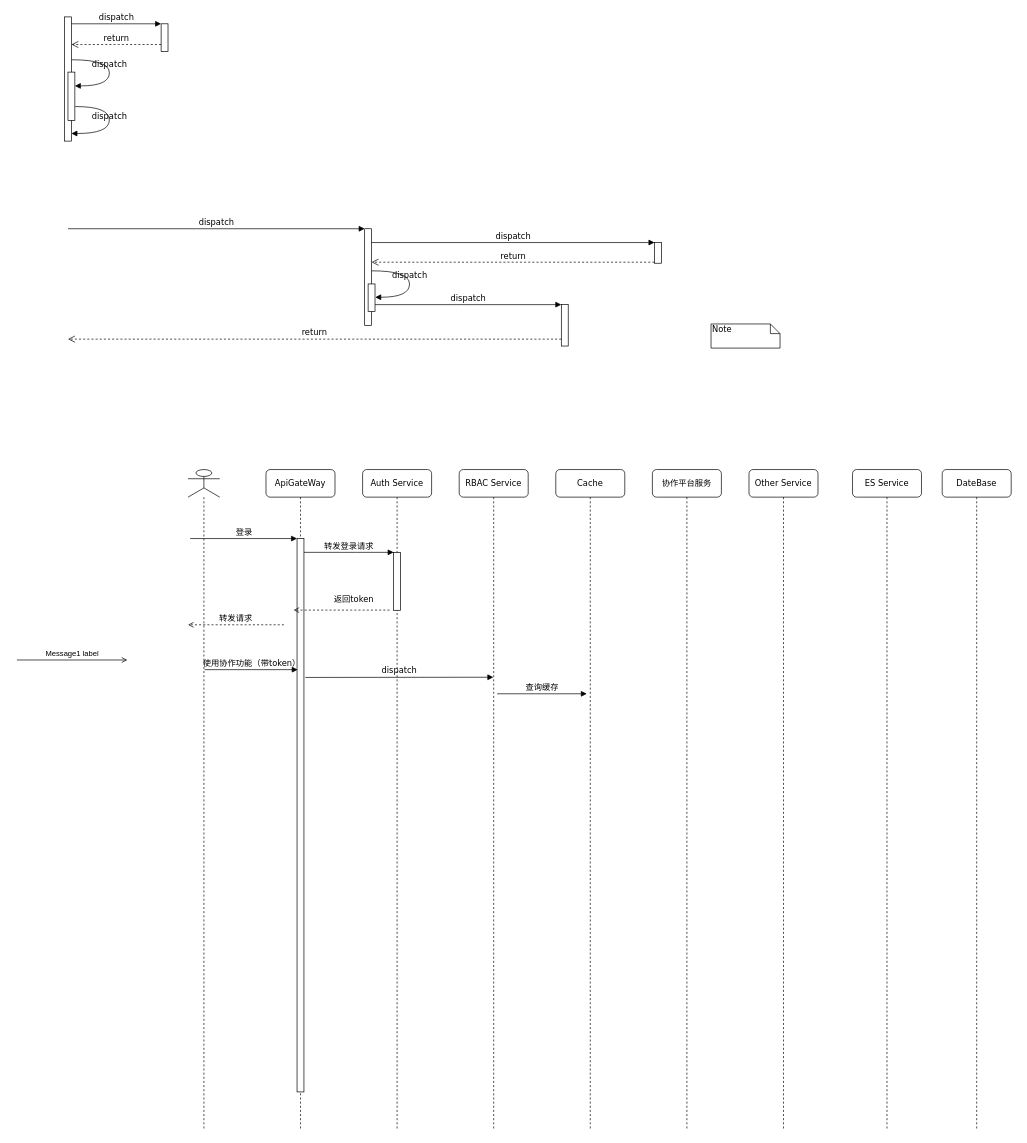
Before: 系统运行视图.drawio in qf2020/drawio, a draw.io diagram. Source tidied: cells renumbered, new cells numbered last; positions are measured from the earlier drawing's top-left corner, leaving out a move shared by most shapes. Both pictures are drawn from the tidied source at 69%, with x=0, y=0 at pixel (17, 17).
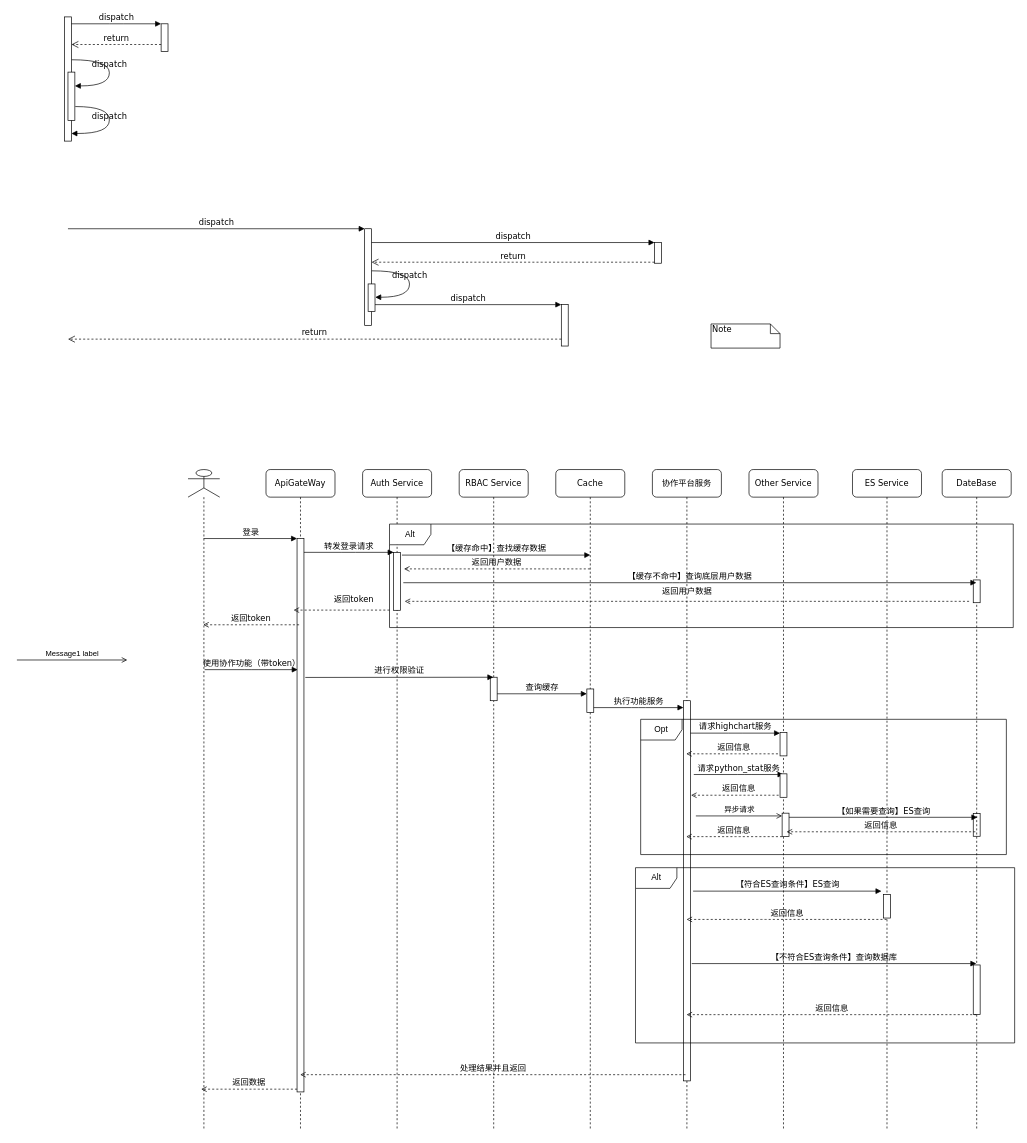
Above is the later version.

Commit message (it also covers changes not shown here):
更新系统运行视图.drawio

Unchanged cells that the change refers to:
```xml
<mxCell id="2" value="ApiGateWay" style="shape=umlLifeline;perimeter=lifelinePerimeter;whiteSpace=wrap;html=1;outlineConnect=0;rounded=1;shadow=0;comic=0;labelBackgroundColor=none;strokeWidth=1;fontFamily=Verdana;fontSize=12;align=center;" parent="1" vertex="1">
  <mxGeometry x="361" y="656" width="100" height="958" as="geometry" />
</mxCell>
<mxCell id="3" style="html=1;points=[];perimeter=orthogonalPerimeter;rounded=0;shadow=0;comic=0;labelBackgroundColor=none;strokeWidth=1;fontFamily=Verdana;fontSize=12;align=center;" parent="2" vertex="1">
  <mxGeometry x="45" y="100" width="10" height="802" as="geometry" />
</mxCell>
<mxCell id="7" value="RBAC Service" style="shape=umlLifeline;perimeter=lifelinePerimeter;whiteSpace=wrap;html=1;outlineConnect=0;rounded=1;shadow=0;comic=0;labelBackgroundColor=none;strokeWidth=1;fontFamily=Verdana;fontSize=12;align=center;" parent="1" vertex="1">
  <mxGeometry x="641" y="656" width="100" height="958" as="geometry" />
</mxCell>
<mxCell id="8" value="Cache" style="shape=umlLifeline;perimeter=lifelinePerimeter;whiteSpace=wrap;html=1;outlineConnect=0;rounded=1;shadow=0;comic=0;labelBackgroundColor=none;strokeWidth=1;fontFamily=Verdana;fontSize=12;align=center;" parent="1" vertex="1">
  <mxGeometry x="781" y="656" width="100" height="958" as="geometry" />
</mxCell>
<mxCell id="10" value="协作平台服务" style="shape=umlLifeline;perimeter=lifelinePerimeter;whiteSpace=wrap;html=1;outlineConnect=0;rounded=1;shadow=0;comic=0;labelBackgroundColor=none;strokeWidth=1;fontFamily=Verdana;fontSize=12;align=center;" parent="1" vertex="1">
  <mxGeometry x="921" y="656" width="100" height="958" as="geometry" />
</mxCell>
<mxCell id="11" value="Other Service" style="shape=umlLifeline;perimeter=lifelinePerimeter;whiteSpace=wrap;html=1;rounded=1;shadow=0;comic=0;labelBackgroundColor=none;strokeWidth=1;fontFamily=Verdana;fontSize=12;align=center;" parent="1" vertex="1">
  <mxGeometry x="1061" y="656" width="100" height="958" as="geometry" />
</mxCell>
<mxCell id="25" value="ES Service" style="shape=umlLifeline;perimeter=lifelinePerimeter;whiteSpace=wrap;html=1;outlineConnect=0;rounded=1;shadow=0;comic=0;labelBackgroundColor=none;strokeWidth=1;fontFamily=Verdana;fontSize=12;align=center;" parent="1" vertex="1">
  <mxGeometry x="1211" y="656" width="100" height="958" as="geometry" />
</mxCell>
<mxCell id="26" style="shape=umlLifeline;perimeter=lifelinePerimeter;whiteSpace=wrap;html=1;outlineConnect=0;portConstraint=eastwest;newEdgeStyle={&quot;curved&quot;:0,&quot;rounded&quot;:0};participant=umlActor;" parent="1" vertex="1">
  <mxGeometry x="248" y="656" width="46" height="958" as="geometry" />
</mxCell>
<mxCell id="38" value="DateBase" style="shape=umlLifeline;perimeter=lifelinePerimeter;whiteSpace=wrap;html=1;outlineConnect=0;rounded=1;shadow=0;comic=0;labelBackgroundColor=none;strokeWidth=1;fontFamily=Verdana;fontSize=12;align=center;" parent="1" vertex="1">
  <mxGeometry x="1341" y="656" width="100" height="958" as="geometry" />
</mxCell>
```

What changed in the source:
```diff
@@
+    <mxCell id="39" style="html=1;perimeter=orthogonalPerimeter;rounded=0;shadow=0;comic=0;labelBackgroundColor=none;strokeWidth=1;fontFamily=Verdana;fontSize=12;align=center;" parent="1" vertex="1">
+      <mxGeometry x="1386" y="1154.5" width="10" height="33" as="geometry" />
+    </mxCell>
@@
+    <mxCell id="28" value="返回token" style="html=1;verticalAlign=bottom;endArrow=open;dashed=1;endSize=6;labelBackgroundColor=none;fontFamily=Verdana;fontSize=12;edgeStyle=elbowEdgeStyle;elbow=vertical;jumpSize=6;" parent="2" edge="1">
+      <mxGeometry relative="1" as="geometry">
+        <mxPoint x="48" y="225" as="sourcePoint" />
+        <mxPoint x="-91" y="225" as="targetPoint" />
+        <Array as="points">
+          <mxPoint x="-11" y="225" />
+          <mxPoint x="19" y="225" />
+        </Array>
+      </mxGeometry>
+    </mxCell>
+    <mxCell id="40" value="返回数据" style="html=1;verticalAlign=bottom;endArrow=open;dashed=1;endSize=6;labelBackgroundColor=none;fontFamily=Verdana;fontSize=12;edgeStyle=elbowEdgeStyle;elbow=vertical;jumpSize=6;" parent="2" edge="1">
+      <mxGeometry relative="1" as="geometry">
+        <mxPoint x="45" y="898" as="sourcePoint" />
+        <mxPoint x="-94" y="898" as="targetPoint" />
+        <Array as="points">
+          <mxPoint x="-14" y="898" />
+          <mxPoint x="16" y="898" />
+        </Array>
+      </mxGeometry>
+    </mxCell>
@@
+    <mxCell id="41" style="html=1;perimeter=orthogonalPerimeter;rounded=0;shadow=0;comic=0;labelBackgroundColor=none;strokeWidth=1;fontFamily=Verdana;fontSize=12;align=center;" parent="7" vertex="1">
+      <mxGeometry x="45" y="301" width="10" height="34" as="geometry" />
+    </mxCell>
@@
+    <mxCell id="42" style="html=1;perimeter=orthogonalPerimeter;rounded=0;shadow=0;comic=0;labelBackgroundColor=none;strokeWidth=1;fontFamily=Verdana;fontSize=12;align=center;" parent="8" vertex="1">
+      <mxGeometry x="45" y="318" width="10" height="34" as="geometry" />
+    </mxCell>
@@
+    <mxCell id="43" style="html=1;perimeter=orthogonalPerimeter;rounded=0;shadow=0;comic=0;labelBackgroundColor=none;strokeWidth=1;fontFamily=Verdana;fontSize=12;align=center;" parent="10" vertex="1">
+      <mxGeometry x="45" y="335" width="10" height="551" as="geometry" />
+    </mxCell>
+    <mxCell id="44" value="执行功能服务" style="html=1;verticalAlign=bottom;endArrow=block;entryX=0;entryY=0;labelBackgroundColor=none;fontFamily=Verdana;fontSize=12;edgeStyle=elbowEdgeStyle;elbow=horizontal;" parent="10" edge="1">
+      <mxGeometry relative="1" as="geometry">
+        <mxPoint x="-85" y="345" as="sourcePoint" />
+        <mxPoint x="45" y="345" as="targetPoint" />
+      </mxGeometry>
+    </mxCell>
+    <mxCell id="45" value="请求python_stat服务" style="html=1;verticalAlign=bottom;endArrow=block;entryX=0;entryY=0;labelBackgroundColor=none;fontFamily=Verdana;fontSize=12;edgeStyle=elbowEdgeStyle;elbow=horizontal;" parent="10" edge="1">
+      <mxGeometry relative="1" as="geometry">
+        <mxPoint x="60" y="442" as="sourcePoint" />
+        <mxPoint x="190" y="442" as="targetPoint" />
+        <Array as="points">
+          <mxPoint x="133" y="465" />
+        </Array>
+      </mxGeometry>
+    </mxCell>
+    <mxCell id="46" value="返回信息" style="html=1;verticalAlign=bottom;endArrow=open;dashed=1;endSize=6;labelBackgroundColor=none;fontFamily=Verdana;fontSize=12;edgeStyle=elbowEdgeStyle;elbow=horizontal;jumpSize=6;" parent="10" edge="1">
+      <mxGeometry x="0.01" relative="1" as="geometry">
+        <mxPoint x="188" y="412" as="sourcePoint" />
+        <mxPoint x="49" y="412" as="targetPoint" />
+        <Array as="points">
+          <mxPoint x="129" y="426" />
+          <mxPoint x="159" y="426" />
+        </Array>
+      </mxGeometry>
+    </mxCell>
+    <mxCell id="47" value="返回信息" style="html=1;verticalAlign=bottom;endArrow=open;dashed=1;endSize=6;labelBackgroundColor=none;fontFamily=Verdana;fontSize=12;edgeStyle=elbowEdgeStyle;elbow=horizontal;jumpSize=6;" parent="10" edge="1">
+      <mxGeometry x="0.01" relative="1" as="geometry">
+        <mxPoint x="195" y="472" as="sourcePoint" />
+        <mxPoint x="56" y="472" as="targetPoint" />
+        <Array as="points">
+          <mxPoint x="136" y="509" />
+          <mxPoint x="166" y="509" />
+        </Array>
+      </mxGeometry>
+    </mxCell>
+    <mxCell id="48" value="异步请求" style="html=1;verticalAlign=bottom;labelBackgroundColor=none;endArrow=open;endFill=0;rounded=0;" parent="10" edge="1">
+      <mxGeometry relative="1" as="geometry">
+        <mxPoint x="63" y="502" as="sourcePoint" />
+        <mxPoint x="188" y="502" as="targetPoint" />
+      </mxGeometry>
+    </mxCell>
+    <mxCell id="49" value="返回信息" style="html=1;verticalAlign=bottom;endArrow=open;dashed=1;endSize=6;labelBackgroundColor=none;fontFamily=Verdana;fontSize=12;edgeStyle=elbowEdgeStyle;elbow=horizontal;jumpSize=6;" parent="10" edge="1">
+      <mxGeometry x="0.01" relative="1" as="geometry">
+        <mxPoint x="188" y="532" as="sourcePoint" />
+        <mxPoint x="49" y="532" as="targetPoint" />
+        <Array as="points">
+          <mxPoint x="129" y="582" />
+          <mxPoint x="159" y="582" />
+        </Array>
+      </mxGeometry>
+    </mxCell>
@@
+    <mxCell id="50" value="请求highchart服务" style="html=1;verticalAlign=bottom;endArrow=block;entryX=0;entryY=0;labelBackgroundColor=none;fontFamily=Verdana;fontSize=12;edgeStyle=elbowEdgeStyle;elbow=horizontal;" parent="11" edge="1">
+      <mxGeometry relative="1" as="geometry">
+        <mxPoint x="-85" y="382" as="sourcePoint" />
+        <mxPoint x="45" y="382" as="targetPoint" />
+      </mxGeometry>
+    </mxCell>
@@
-    <mxCell id="20" value="登录" style="html=1;verticalAlign=bottom;endArrow=block;entryX=0;entryY=0;labelBackgroundColor=none;fontFamily=Verdana;fontSize=12;edgeStyle=elbowEdgeStyle;elbow=vertical;" parent="1" edge="1" target="3">
-      <mxGeometry relative="1" as="geometry">
-        <mxPoint x="251" y="756" as="sourcePoint" />
-      </mxGeometry>
+    <mxCell id="20" value="登录" style="html=1;verticalAlign=bottom;endArrow=block;entryX=0;entryY=0;labelBackgroundColor=none;fontFamily=Verdana;fontSize=12;edgeStyle=elbowEdgeStyle;elbow=vertical;" parent="1" edge="1" source="26" target="3">
+      <mxGeometry relative="1" as="geometry" />
     </mxCell>
@@
-    <mxCell id="28" value="转发请求" style="html=1;verticalAlign=bottom;endArrow=open;dashed=1;endSize=6;labelBackgroundColor=none;fontFamily=Verdana;fontSize=12;edgeStyle=elbowEdgeStyle;elbow=vertical;jumpSize=6;" parent="1" edge="1">
-      <mxGeometry relative="1" as="geometry">
-        <mxPoint x="387" y="881" as="sourcePoint" />
-        <mxPoint x="248" y="881" as="targetPoint" />
-        <Array as="points">
-          <mxPoint x="328" y="881" />
-          <mxPoint x="358" y="881" />
-        </Array>
-      </mxGeometry>
-    </mxCell>
@@
-    <mxCell id="30" value="dispatch" style="html=1;verticalAlign=bottom;endArrow=block;labelBackgroundColor=none;fontFamily=Verdana;fontSize=12;edgeStyle=elbowEdgeStyle;elbow=vertical;" parent="1" edge="1" target="7">
+    <mxCell id="30" value="进行权限验证" style="html=1;verticalAlign=bottom;endArrow=block;labelBackgroundColor=none;fontFamily=Verdana;fontSize=12;edgeStyle=elbowEdgeStyle;elbow=vertical;" parent="1" edge="1" target="7">
       <mxGeometry relative="1" as="geometry">
         <mxPoint x="418" y="957.3" as="sourcePoint" />
       </mxGeometry>
     </mxCell>
@@
+    <mxCell id="51" style="html=1;perimeter=orthogonalPerimeter;rounded=0;shadow=0;comic=0;labelBackgroundColor=none;strokeWidth=1;fontFamily=Verdana;fontSize=12;align=center;" parent="38" vertex="1">
+      <mxGeometry x="45" y="718" width="10" height="72" as="geometry" />
+    </mxCell>
+    <mxCell id="52" style="html=1;perimeter=orthogonalPerimeter;rounded=0;shadow=0;comic=0;labelBackgroundColor=none;strokeWidth=1;fontFamily=Verdana;fontSize=12;align=center;" parent="38" vertex="1">
+      <mxGeometry x="45" y="160" width="10" height="33" as="geometry" />
+    </mxCell>
+    <mxCell id="53" value="Opt" style="shape=umlFrame;whiteSpace=wrap;html=1;" parent="1" vertex="1">
+      <mxGeometry x="904" y="1018" width="530" height="196" as="geometry" />
+    </mxCell>
+    <mxCell id="54" value="【符合ES查询条件】ES查询" style="html=1;verticalAlign=bottom;endArrow=block;labelBackgroundColor=none;fontFamily=Verdana;fontSize=12;edgeStyle=elbowEdgeStyle;elbow=vertical;" parent="1" edge="1">
+      <mxGeometry relative="1" as="geometry">
+        <mxPoint x="980" y="1267" as="sourcePoint" />
+        <mxPoint x="1253" y="1267.7" as="targetPoint" />
+      </mxGeometry>
+    </mxCell>
+    <mxCell id="55" value="【不符合ES查询条件】查询数据库" style="html=1;verticalAlign=bottom;endArrow=block;labelBackgroundColor=none;fontFamily=Verdana;fontSize=12;edgeStyle=elbowEdgeStyle;elbow=vertical;" parent="1" edge="1" target="38">
+      <mxGeometry relative="1" as="geometry">
+        <mxPoint x="978" y="1372" as="sourcePoint" />
+      </mxGeometry>
+    </mxCell>
+    <mxCell id="56" value="返回信息" style="html=1;verticalAlign=bottom;endArrow=open;dashed=1;endSize=6;labelBackgroundColor=none;fontFamily=Verdana;fontSize=12;edgeStyle=elbowEdgeStyle;elbow=vertical;jumpSize=6;" parent="1" edge="1" source="25" target="10">
+      <mxGeometry relative="1" as="geometry">
+        <Array as="points">
+          <mxPoint x="1083" y="1308" />
+          <mxPoint x="1113" y="1308" />
+        </Array>
+      </mxGeometry>
+    </mxCell>
+    <mxCell id="57" value="返回信息" style="html=1;verticalAlign=bottom;endArrow=open;dashed=1;endSize=6;labelBackgroundColor=none;fontFamily=Verdana;fontSize=12;edgeStyle=elbowEdgeStyle;elbow=vertical;jumpSize=6;" parent="1" edge="1" source="38" target="10">
+      <mxGeometry relative="1" as="geometry">
+        <Array as="points">
+          <mxPoint x="1206" y="1446" />
+          <mxPoint x="1236" y="1446" />
+        </Array>
+      </mxGeometry>
+    </mxCell>
+    <mxCell id="58" value="Alt" style="shape=umlFrame;whiteSpace=wrap;html=1;" parent="1" vertex="1">
+      <mxGeometry x="896.5" y="1233" width="549.5" height="254" as="geometry" />
+    </mxCell>
+    <mxCell id="59" value="处理结果并且返回" style="html=1;verticalAlign=bottom;endArrow=open;dashed=1;endSize=6;labelBackgroundColor=none;fontFamily=Verdana;fontSize=12;edgeStyle=elbowEdgeStyle;elbow=vertical;jumpSize=6;" parent="1" edge="1" target="2">
+      <mxGeometry relative="1" as="geometry">
+        <mxPoint x="969" y="1533" as="sourcePoint" />
+        <Array as="points">
+          <mxPoint x="784" y="1533" />
+          <mxPoint x="814" y="1533" />
+        </Array>
+      </mxGeometry>
+    </mxCell>
+    <mxCell id="60" style="html=1;perimeter=orthogonalPerimeter;rounded=0;shadow=0;comic=0;labelBackgroundColor=none;strokeWidth=1;fontFamily=Verdana;fontSize=12;align=center;" parent="1" vertex="1">
+      <mxGeometry x="1106" y="1037" width="10" height="34" as="geometry" />
+    </mxCell>
+    <mxCell id="61" style="html=1;perimeter=orthogonalPerimeter;rounded=0;shadow=0;comic=0;labelBackgroundColor=none;strokeWidth=1;fontFamily=Verdana;fontSize=12;align=center;" parent="1" vertex="1">
+      <mxGeometry x="1106" y="1097" width="10" height="34" as="geometry" />
+    </mxCell>
+    <mxCell id="62" style="html=1;perimeter=orthogonalPerimeter;rounded=0;shadow=0;comic=0;labelBackgroundColor=none;strokeWidth=1;fontFamily=Verdana;fontSize=12;align=center;" parent="1" vertex="1">
+      <mxGeometry x="1109" y="1154" width="10" height="34" as="geometry" />
+    </mxCell>
+    <mxCell id="63" style="html=1;perimeter=orthogonalPerimeter;rounded=0;shadow=0;comic=0;labelBackgroundColor=none;strokeWidth=1;fontFamily=Verdana;fontSize=12;align=center;" parent="1" vertex="1">
+      <mxGeometry x="1256" y="1272" width="10" height="34" as="geometry" />
+    </mxCell>
+    <mxCell id="64" value="【缓存命中】查找缓存数据" style="html=1;verticalAlign=bottom;endArrow=block;labelBackgroundColor=none;fontFamily=Verdana;fontSize=12;edgeStyle=elbowEdgeStyle;elbow=horizontal;" parent="1" edge="1">
+      <mxGeometry relative="1" as="geometry">
+        <mxPoint x="558" y="780" as="sourcePoint" />
+        <mxPoint x="831" y="780" as="targetPoint" />
+      </mxGeometry>
+    </mxCell>
+    <mxCell id="65" value="【缓存不命中】查询底层用户数据" style="html=1;verticalAlign=bottom;endArrow=block;labelBackgroundColor=none;fontFamily=Verdana;fontSize=12;edgeStyle=elbowEdgeStyle;elbow=vertical;" parent="1" edge="1" target="38">
+      <mxGeometry relative="1" as="geometry">
+        <mxPoint x="560" y="820" as="sourcePoint" />
+      </mxGeometry>
+    </mxCell>
+    <mxCell id="66" value="返回用户数据" style="html=1;verticalAlign=bottom;endArrow=open;dashed=1;endSize=6;labelBackgroundColor=none;fontFamily=Verdana;fontSize=12;edgeStyle=elbowEdgeStyle;elbow=vertical;jumpSize=6;" parent="1" edge="1">
+      <mxGeometry y="-5" relative="1" as="geometry">
+        <mxPoint x="1380" y="847" as="sourcePoint" />
+        <mxPoint x="562" y="847" as="targetPoint" />
+        <Array as="points">
+          <mxPoint x="759" y="847" />
+          <mxPoint x="789" y="847" />
+        </Array>
+      </mxGeometry>
+    </mxCell>
+    <mxCell id="67" value="返回用户数据" style="html=1;verticalAlign=bottom;endArrow=open;dashed=1;endSize=6;labelBackgroundColor=none;fontFamily=Verdana;fontSize=12;edgeStyle=elbowEdgeStyle;elbow=vertical;jumpSize=6;" parent="1" edge="1" source="8">
+      <mxGeometry x="0.01" relative="1" as="geometry">
+        <mxPoint x="561" y="800" as="targetPoint" />
+        <Array as="points">
+          <mxPoint x="641" y="800" />
+          <mxPoint x="671" y="800" />
+        </Array>
+      </mxGeometry>
+    </mxCell>
+    <mxCell id="68" value="Alt" style="shape=umlFrame;whiteSpace=wrap;html=1;" parent="1" vertex="1">
+      <mxGeometry x="540" y="735" width="904" height="150" as="geometry" />
+    </mxCell>
+    <mxCell id="69" value="【如果需要查询】ES查询" style="html=1;verticalAlign=bottom;endArrow=block;labelBackgroundColor=none;fontFamily=Verdana;fontSize=12;edgeStyle=elbowEdgeStyle;elbow=vertical;" parent="1" edge="1">
+      <mxGeometry relative="1" as="geometry">
+        <mxPoint x="1119" y="1160" as="sourcePoint" />
+        <mxPoint x="1392" y="1160.7" as="targetPoint" />
+      </mxGeometry>
+    </mxCell>
+    <mxCell id="70" value="返回信息" style="html=1;verticalAlign=bottom;endArrow=open;dashed=1;endSize=6;labelBackgroundColor=none;fontFamily=Verdana;fontSize=12;edgeStyle=elbowEdgeStyle;elbow=vertical;jumpSize=6;" parent="1" edge="1">
+      <mxGeometry relative="1" as="geometry">
+        <mxPoint x="1389" y="1181" as="sourcePoint" />
+        <mxPoint x="1115.5" y="1181" as="targetPoint" />
+        <Array as="points">
+          <mxPoint x="1228.5" y="1181" />
+          <mxPoint x="1258.5" y="1181" />
+        </Array>
+      </mxGeometry>
+    </mxCell>
```
